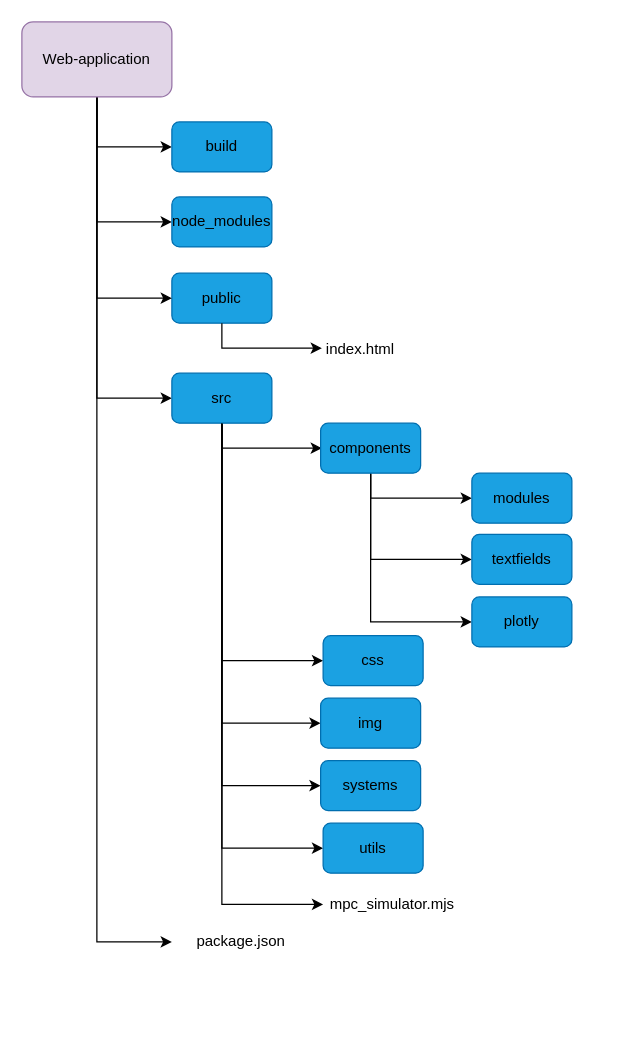
gotvinne/Light-weight-MPC keeps this draw.io diagram as fig/web-application-structure.drawio. Above is the earlier version. Source tidied: cells renumbered, new cells numbered last; positions are measured from the earlier drawing's top-left corner, leaving out a move shared by most shapes. Both pictures are drawn from the tidied source at 125%, with x=0, y=0 at pixel (21, 21).
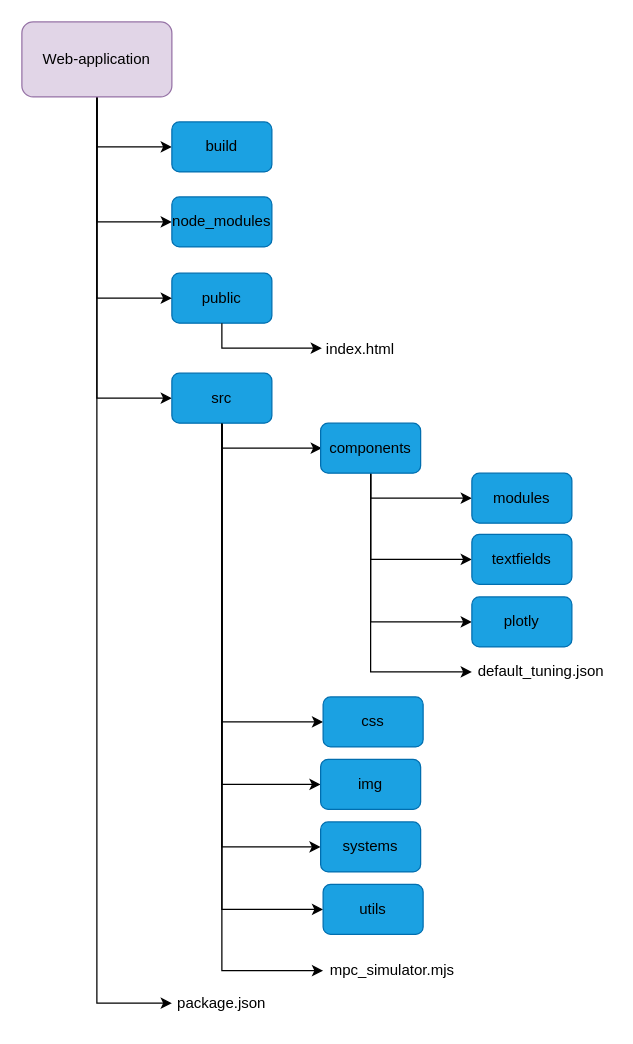
The same diagram, later.

The change refers to these unchanged cells:
```xml
<mxCell id="22" value="&lt;font color=&quot;#000000&quot;&gt;components&lt;br&gt;&lt;/font&gt;" style="rounded=1;whiteSpace=wrap;html=1;fillColor=#1ba1e2;fontColor=#ffffff;strokeColor=#006EAF;" parent="1" vertex="1">
  <mxGeometry x="239" y="321" width="80" height="40" as="geometry" />
</mxCell>
```

What changed in the source:
```diff
@@
     <mxCell id="5" value="mpc_simulator.mjs" style="text;html=1;strokeColor=none;fillColor=none;align=center;verticalAlign=middle;whiteSpace=wrap;rounded=0;" parent="1" vertex="1">
-      <mxGeometry x="241" y="691" width="111" height="30" as="geometry" />
+      <mxGeometry x="241" y="744" width="111" height="30" as="geometry" />
     </mxCell>
@@
+    <mxCell id="33" style="edgeStyle=orthogonalEdgeStyle;rounded=0;jettySize=auto;html=1;exitX=0.5;exitY=1;exitDx=0;exitDy=0;entryX=0;entryY=0.5;entryDx=0;entryDy=0;" parent="1" edge="1" source="22" target="34">
+      <mxGeometry relative="1" as="geometry" />
+    </mxCell>
@@
     <mxCell id="23" value="&lt;font color=&quot;#000000&quot;&gt;css&lt;/font&gt;" style="rounded=1;whiteSpace=wrap;html=1;fillColor=#1ba1e2;fontColor=#ffffff;strokeColor=#006EAF;" parent="1" vertex="1">
-      <mxGeometry x="241" y="491" width="80" height="40" as="geometry" />
+      <mxGeometry x="241" y="540" width="80" height="40" as="geometry" />
     </mxCell>
     <mxCell id="24" value="&lt;font color=&quot;#000000&quot;&gt;img&lt;/font&gt;" style="rounded=1;whiteSpace=wrap;html=1;fillColor=#1ba1e2;fontColor=#ffffff;strokeColor=#006EAF;" parent="1" vertex="1">
-      <mxGeometry x="239" y="541" width="80" height="40" as="geometry" />
+      <mxGeometry x="239" y="590" width="80" height="40" as="geometry" />
     </mxCell>
     <mxCell id="25" value="&lt;font color=&quot;#000000&quot;&gt;systems&lt;/font&gt;" style="rounded=1;whiteSpace=wrap;html=1;fillColor=#1ba1e2;fontColor=#ffffff;strokeColor=#006EAF;" parent="1" vertex="1">
-      <mxGeometry x="239" y="591" width="80" height="40" as="geometry" />
+      <mxGeometry x="239" y="640" width="80" height="40" as="geometry" />
     </mxCell>
     <mxCell id="26" value="&lt;font color=&quot;#000000&quot;&gt;utils&lt;br&gt;&lt;/font&gt;" style="rounded=1;whiteSpace=wrap;html=1;fillColor=#1ba1e2;fontColor=#ffffff;strokeColor=#006EAF;" parent="1" vertex="1">
-      <mxGeometry x="241" y="641" width="80" height="40" as="geometry" />
+      <mxGeometry x="241" y="690" width="80" height="40" as="geometry" />
     </mxCell>
@@
     <mxCell id="28" value="package.json" style="text;html=1;strokeColor=none;fillColor=none;align=center;verticalAlign=middle;whiteSpace=wrap;rounded=0;" parent="1" vertex="1">
-      <mxGeometry x="120" y="721" width="111" height="30" as="geometry" />
+      <mxGeometry x="120" y="770" width="80" height="30" as="geometry" />
     </mxCell>
@@
+    <mxCell id="34" value="default_tuning.json" style="text;html=1;strokeColor=none;fillColor=none;align=center;verticalAlign=middle;whiteSpace=wrap;rounded=0;" parent="1" vertex="1">
+      <mxGeometry x="360" y="505" width="111" height="30" as="geometry" />
+    </mxCell>
```
